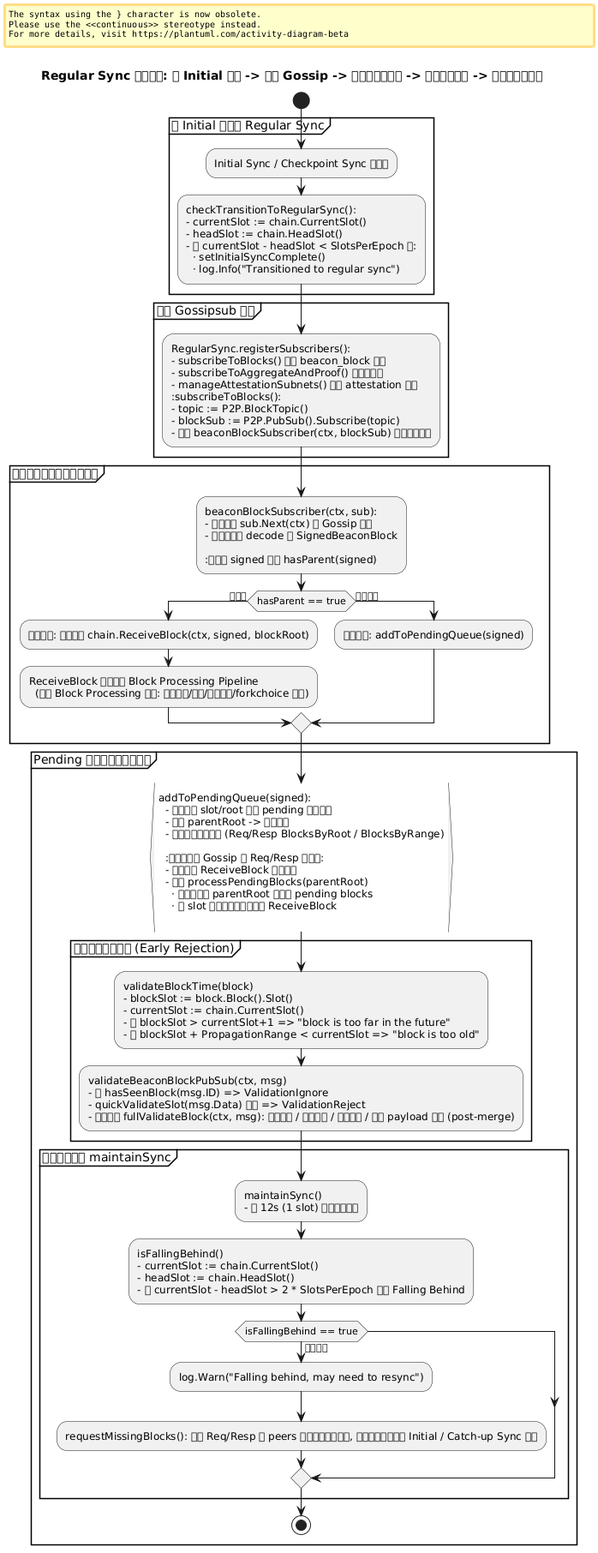
The PlantUML diagram img/business7_regular_sync.png in xueqianLu/beacon-sync-doc, before a commit. Source of this version:
```plantuml
@startuml business7_regular_sync
Title Regular Sync 业务主线: 从 Initial 切换 -> 订阅 Gossip -> 实时处理新区块 -> 处理缺失父块 -> 保持与网络同步

start

partition "从 Initial 切换到 Regular Sync" {
  :Initial Sync / Checkpoint Sync 完成后;
  :checkTransitionToRegularSync():
  - currentSlot := chain.CurrentSlot()
  - headSlot := chain.HeadSlot()
  - 若 currentSlot - headSlot < SlotsPerEpoch 则:
    · setInitialSyncComplete()
    · log.Info("Transitioned to regular sync");
}

partition "订阅 Gossipsub 主题" {
  :RegularSync.registerSubscribers():
  - subscribeToBlocks() 订阅 beacon_block 主题
  - subscribeToAggregateAndProof() 等其他主题
  - manageAttestationSubnets() 动态 attestation 子网
  :subscribeToBlocks():
  - topic := P2P.BlockTopic()
  - blockSub := P2P.PubSub().Subscribe(topic)
  - 启动 beaconBlockSubscriber(ctx, blockSub) 循环读取消息;
}

partition "接收新区块并快速路径处理" {
  :beaconBlockSubscriber(ctx, sub):
  - 循环调用 sub.Next(ctx) 取 Gossip 消息
  - 将原始消息 decode 为 SignedBeaconBlock

  :对每个 signed 调用 hasParent(signed);
  if (hasParent == true) then (有父块)
    :快速路径: 直接调用 chain.ReceiveBlock(ctx, signed, blockRoot);
    :ReceiveBlock 内部执行 Block Processing Pipeline
      (参见 Block Processing 章节: 基本验证/签名/状态转换/forkchoice 更新);
  else (父块缺失)
    :慢速路径: addToPendingQueue(signed);
  endif
}

partition "Pending 队列与缺失父块处理" {
  :addToPendingQueue(signed):
  - 将区块按 slot/root 存入 pending 队列结构
  - 记录 parentRoot -> 子块映射
  - 异步触发请求父块 (Req/Resp BlocksByRoot / BlocksByRange)

  :当父块通过 Gossip 或 Req/Resp 抵达时:
  - 正常通过 ReceiveBlock 处理父块
  - 调用 processPendingBlocks(parentRoot)
    · 查找所有以 parentRoot 为父的 pending blocks
    · 按 slot 排序后依次再次调用 ReceiveBlock
}

partition "实时性与早期拒绝 (Early Rejection)" {
  :validateBlockTime(block)\n- blockSlot := block.Block().Slot()\n- currentSlot := chain.CurrentSlot()\n- 若 blockSlot > currentSlot+1 => "block is too far in the future"\n- 若 blockSlot + PropagationRange < currentSlot => "block is too old";

  :validateBeaconBlockPubSub(ctx, msg)\n- 若 hasSeenBlock(msg.ID) => ValidationIgnore\n- quickValidateSlot(msg.Data) 失败 => ValidationReject\n- 否则进入 fullValidateBlock(ctx, msg): 基础检查 / 签名验证 / 状态转换 / 执行 payload 验证 (post-merge);
}

partition "保持同步状态 maintainSync" {
  :maintainSync()\n- 每 12s (1 slot) 触发一次检查;

  :isFallingBehind()\n- currentSlot := chain.CurrentSlot()\n- headSlot := chain.HeadSlot()\n- 若 currentSlot - headSlot > 2 * SlotsPerEpoch 视为 Falling Behind;
  if (isFallingBehind == true) then (落后较多)
    :log.Warn("Falling behind, may need to resync");
    :requestMissingBlocks(): 通过 Req/Resp 向 peers 主动请求缺失区块, 可能触发重新进入 Initial / Catch-up Sync 流程;
  endif
}

stop

@enduml
```
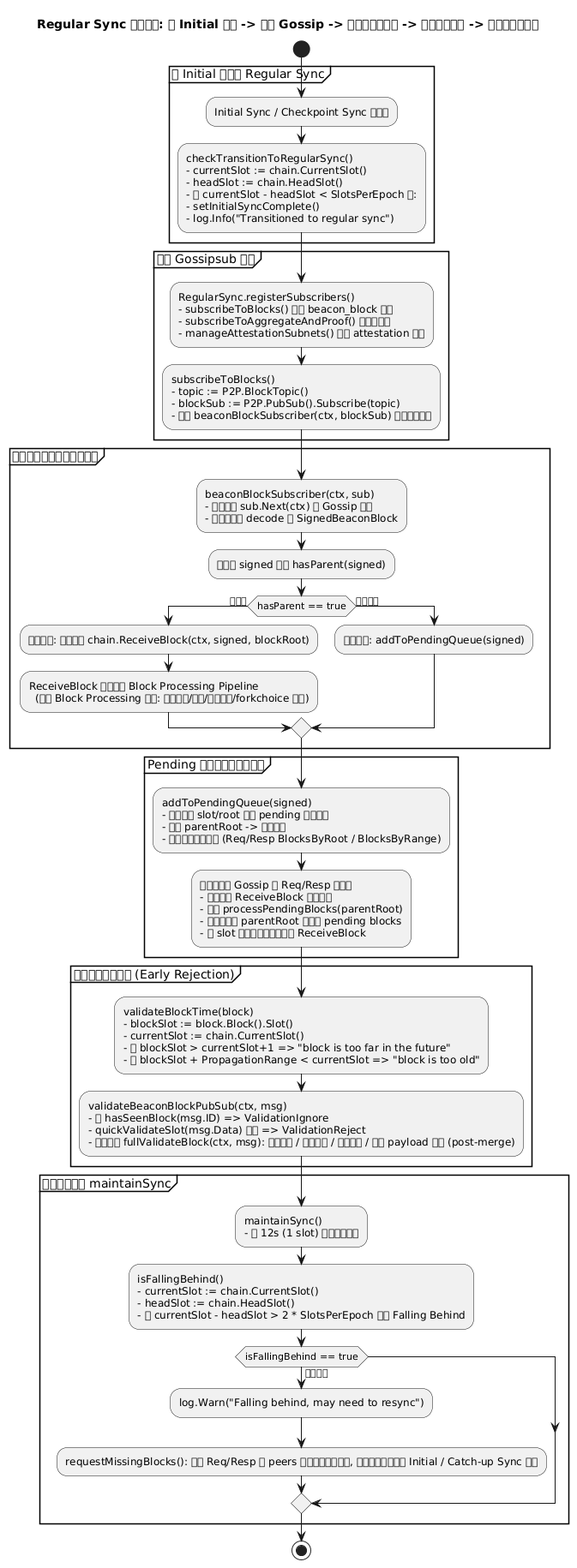
After the change.

Diff of the diagram source:
```diff
@@ -5,29 +5,17 @@
 
 partition "从 Initial 切换到 Regular Sync" {
   :Initial Sync / Checkpoint Sync 完成后;
-  :checkTransitionToRegularSync():
-  - currentSlot := chain.CurrentSlot()
-  - headSlot := chain.HeadSlot()
-  - 若 currentSlot - headSlot < SlotsPerEpoch 则:
-    · setInitialSyncComplete()
-    · log.Info("Transitioned to regular sync");
+  :checkTransitionToRegularSync()\n- currentSlot := chain.CurrentSlot()\n- headSlot := chain.HeadSlot()\n- 若 currentSlot - headSlot < SlotsPerEpoch 则:\n- setInitialSyncComplete()\n- log.Info("Transitioned to regular sync");
 }
 
 partition "订阅 Gossipsub 主题" {
-  :RegularSync.registerSubscribers():
-  - subscribeToBlocks() 订阅 beacon_block 主题
-  - subscribeToAggregateAndProof() 等其他主题
-  - manageAttestationSubnets() 动态 attestation 子网
-  :subscribeToBlocks():
-  - topic := P2P.BlockTopic()
-  - blockSub := P2P.PubSub().Subscribe(topic)
-  - 启动 beaconBlockSubscriber(ctx, blockSub) 循环读取消息;
+  :RegularSync.registerSubscribers()\n- subscribeToBlocks() 订阅 beacon_block 主题\n- subscribeToAggregateAndProof() 等其他主题\n- manageAttestationSubnets() 动态 attestation 子网;
+
+  :subscribeToBlocks()\n- topic := P2P.BlockTopic()\n- blockSub := P2P.PubSub().Subscribe(topic)\n- 启动 beaconBlockSubscriber(ctx, blockSub) 循环读取消息;
 }
 
 partition "接收新区块并快速路径处理" {
-  :beaconBlockSubscriber(ctx, sub):
-  - 循环调用 sub.Next(ctx) 取 Gossip 消息
-  - 将原始消息 decode 为 SignedBeaconBlock
+  :beaconBlockSubscriber(ctx, sub)\n- 循环调用 sub.Next(ctx) 取 Gossip 消息\n- 将原始消息 decode 为 SignedBeaconBlock;
 
   :对每个 signed 调用 hasParent(signed);
   if (hasParent == true) then (有父块)
@@ -40,16 +28,9 @@
 }
 
 partition "Pending 队列与缺失父块处理" {
-  :addToPendingQueue(signed):
-  - 将区块按 slot/root 存入 pending 队列结构
-  - 记录 parentRoot -> 子块映射
-  - 异步触发请求父块 (Req/Resp BlocksByRoot / BlocksByRange)
+  :addToPendingQueue(signed)\n- 将区块按 slot/root 存入 pending 队列结构\n- 记录 parentRoot -> 子块映射\n- 异步触发请求父块 (Req/Resp BlocksByRoot / BlocksByRange);
 
-  :当父块通过 Gossip 或 Req/Resp 抵达时:
-  - 正常通过 ReceiveBlock 处理父块
-  - 调用 processPendingBlocks(parentRoot)
-    · 查找所有以 parentRoot 为父的 pending blocks
-    · 按 slot 排序后依次再次调用 ReceiveBlock
+  :当父块通过 Gossip 或 Req/Resp 抵达时\n- 正常通过 ReceiveBlock 处理父块\n- 调用 processPendingBlocks(parentRoot)\n- 查找所有以 parentRoot 为父的 pending blocks\n- 按 slot 排序后依次再次调用 ReceiveBlock;
 }
 
 partition "实时性与早期拒绝 (Early Rejection)" {
```
